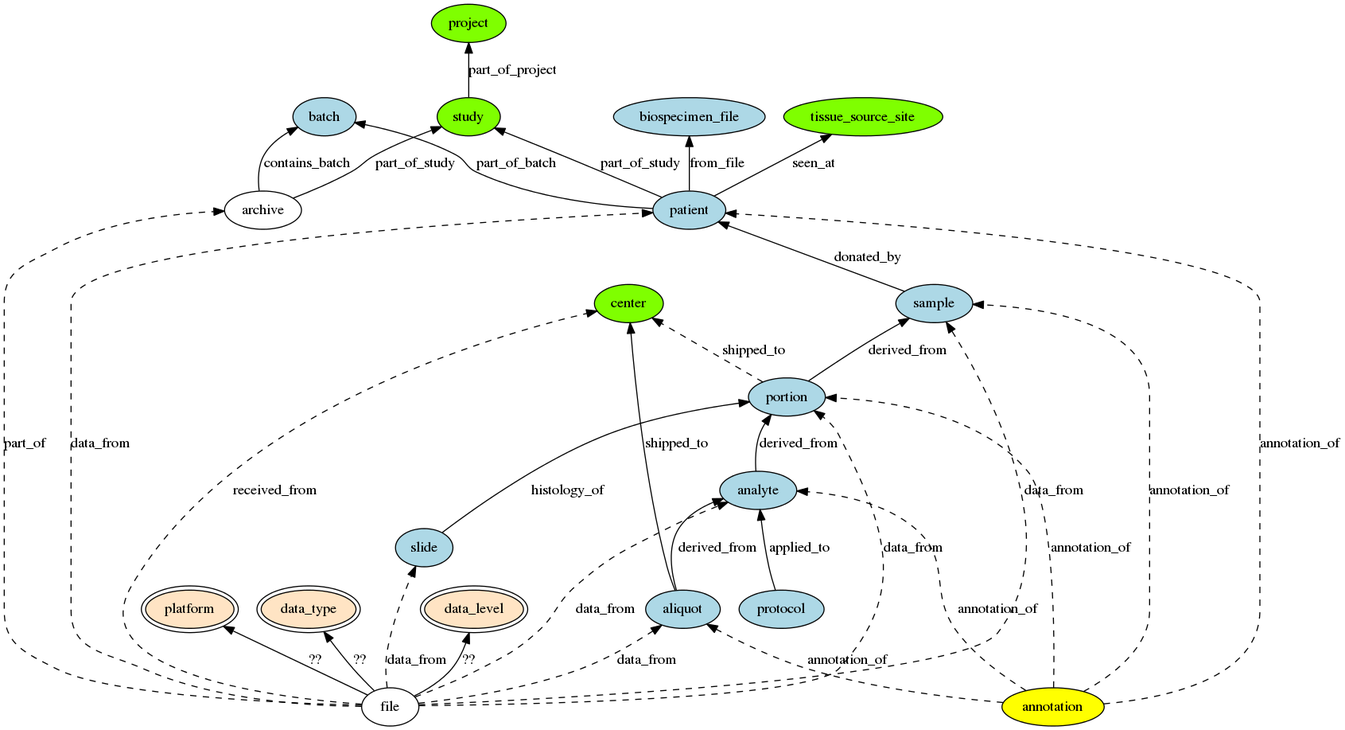
The Graphviz diagram viz/gdc_data_model.png in NCI-GDC/gdcdatamodel, before a commit. Its source is kept beside it as viz/gdc_data_model.gv.
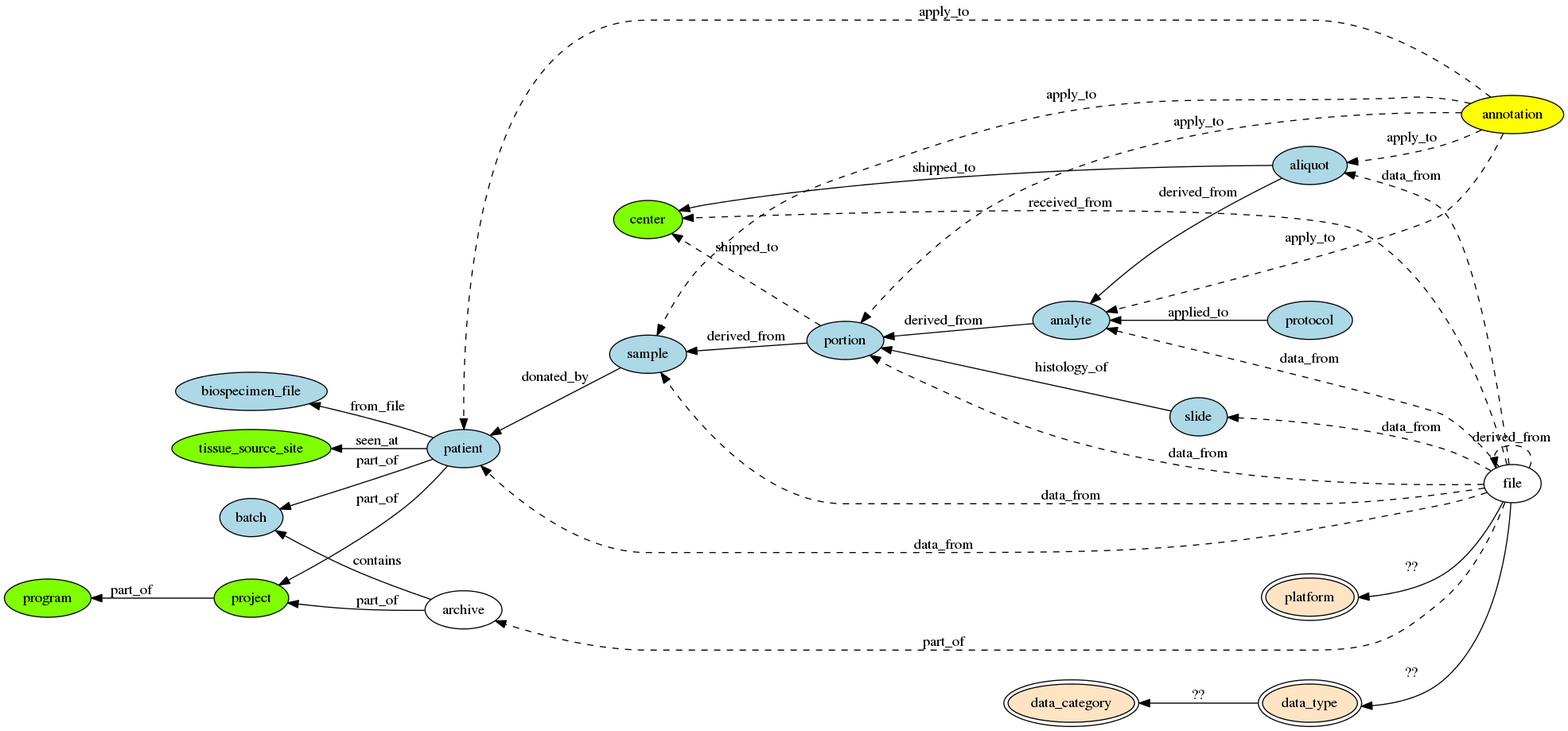
Later version of the same file.

Diff of the diagram source:
```diff
@@ -1,16 +1,16 @@
 digraph gdc_data_model {
-	rankdir=BT;
+	rankdir=RL;
 	node [shape = oval];
 	node [fillcolor = chartreuse, style=filled];
-	study, project, center, tissue_source_site;
-	study -> project [ label ="part_of_project" ]
+	project, program, center, tissue_source_site;
+	project -> program [ label ="part_of" ]
 
 	node [fillcolor = lightblue, style=filled];
 
 	patient -> tissue_source_site [ label = "seen_at" ];
-	#patient -> project [ label = "part_of_project" ];
-	patient -> study [ label = "part_of_study" ];
-	patient -> batch [ label = "part_of_batch" ];
+	#patient -> program [ label = "part_of" ]; #patient should just go to project, not all the way to program
+	patient -> project [ label = "part_of" ];
+	patient -> batch [ label = "part_of" ];
 	patient -> biospecimen_file [ label = "from_file" ]
 
 	sample -> patient [ label = "donated_by"];
@@ -23,15 +23,15 @@
 	slide -> portion [ label = "histology_of"];
 
 	node [fillcolor = yellow];
-	annotation -> patient [ label = "annotation_of", style=dashed ];
-	annotation -> sample [ label = "annotation_of", style=dashed  ];
-	annotation -> portion [ label = "annotation_of", style=dashed  ];
-	annotation -> analyte [ label = "annotation_of", style=dashed  ];
-	annotation -> aliquot [ label = "annotation_of", style=dashed  ];
+	annotation -> patient [ label = "apply_to", style=dashed ];
+	annotation -> sample [ label = "apply_to", style=dashed  ];
+	annotation -> portion [ label = "apply_to", style=dashed  ];
+	annotation -> analyte [ label = "apply_to", style=dashed  ];
+	annotation -> aliquot [ label = "apply_to", style=dashed  ];
 
 	node [fillcolor = white];
-	archive -> study [ label = "part_of_study" ]
-	archive -> batch [ label = "contains_batch" ]
+	archive -> project [ label = "part_of" ]
+	archive -> batch [ label = "contains" ]
 	file -> center [ label = "received_from", style=dashed];
 	file -> archive [ label = "part_of", style=dashed ];
 	file -> patient [ label = "data_from", style=dashed];
@@ -43,7 +43,10 @@
 
 
 	node[fillcolor = bisque, peripheries=2 ]
+	#these nodes would have multiple types based on Junjun's spreadsheet + TARGET, just made single node to reduce clutter for now
 	file -> platform [ label = "??" ]
 	file -> data_type [ label = "??" ]
-	file -> data_level [ label = "??" ]
+	#file -> data_level [ label = "??" ]
+	data_type -> data_category [label = "??" ]
+	file -> file [label = "derived_from", style=dashed ];
 }
```
